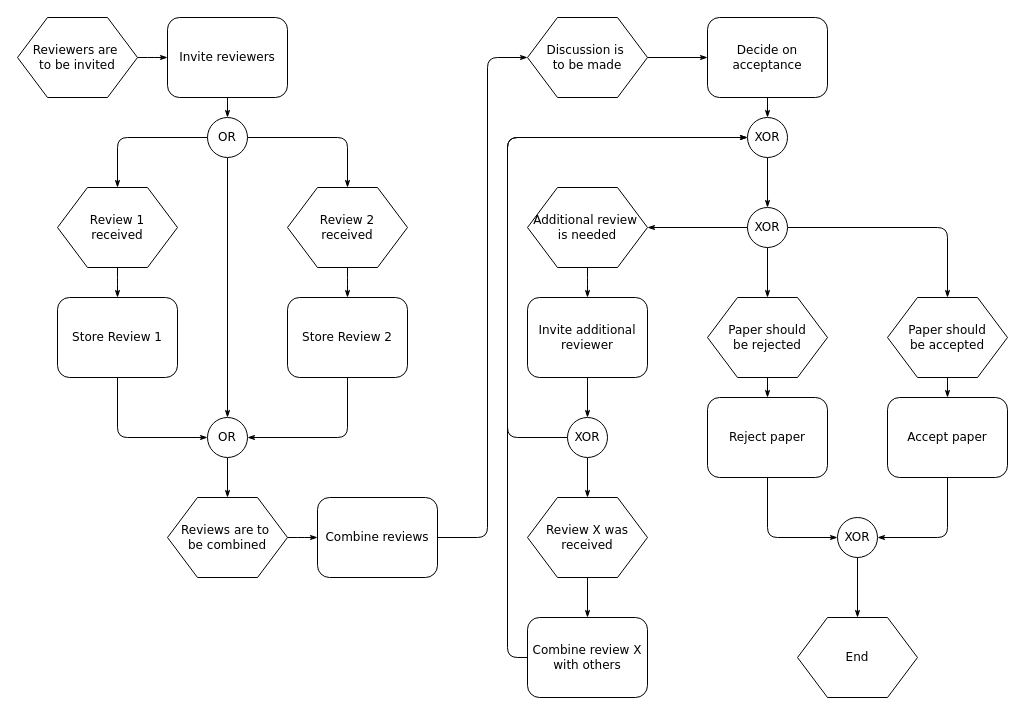
Before: Untitled Diagram.drawio in piyushsingh82/ReactNativeExamples, a draw.io diagram. Source tidied: cells renumbered, new cells numbered last; positions are measured from the earlier drawing's top-left corner, leaving out a move shared by most shapes. Both pictures are drawn from the tidied source at 100%, with x=0, y=0 at pixel (17, 17).
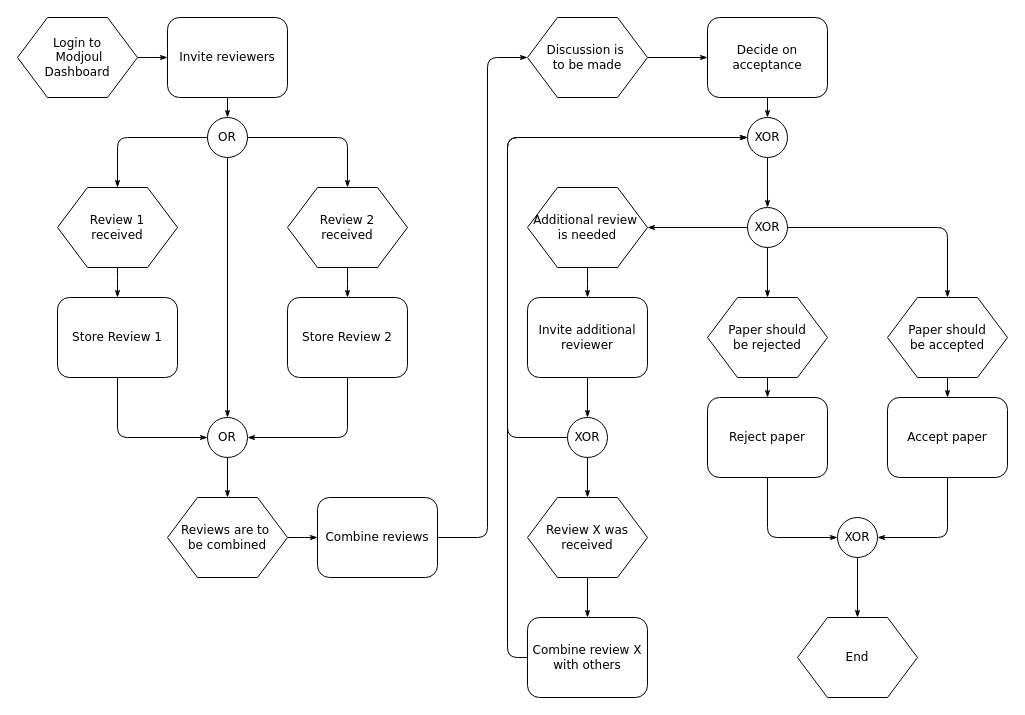
After the change.

Change to the diagram source:
```diff
@@
-    <mxCell id="3" value="Reviewers are&amp;nbsp;&lt;div&gt;to&amp;nbsp;&lt;span&gt;be invited&lt;/span&gt;&lt;/div&gt;" style="shape=hexagon;perimeter=hexagonPerimeter;whiteSpace=wrap;html=1;rounded=0;shadow=0;labelBackgroundColor=none;strokeWidth=1;fontFamily=Verdana;fontSize=12;align=center;" parent="1" vertex="1">
+    <mxCell id="3" value="&lt;span style=&quot;background-color: initial;&quot;&gt;Login to&lt;br&gt;&lt;/span&gt;&lt;span style=&quot;background-color: initial;&quot;&gt;&amp;nbsp;Modjoul Dashboard&lt;/span&gt;" style="shape=hexagon;perimeter=hexagonPerimeter;whiteSpace=wrap;html=1;rounded=0;shadow=0;labelBackgroundColor=none;strokeWidth=1;fontFamily=Verdana;fontSize=12;align=center;" parent="1" vertex="1">
       <mxGeometry width="120" height="80" as="geometry" />
     </mxCell>
```
